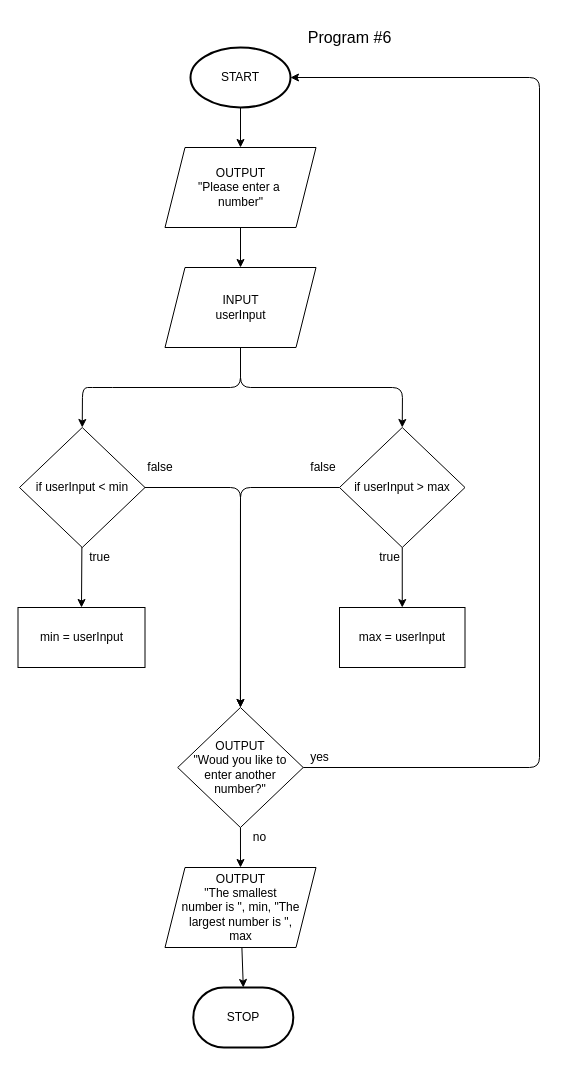
Before: diagrams/assignment-1.drawio in aburke15/documentation, a draw.io diagram. Source tidied: cells renumbered, new cells numbered last; positions are measured from the earlier drawing's top-left corner, leaving out a move shared by most shapes. Both pictures are drawn from the tidied source at 100%, with x=0, y=0 at pixel (17, 17).
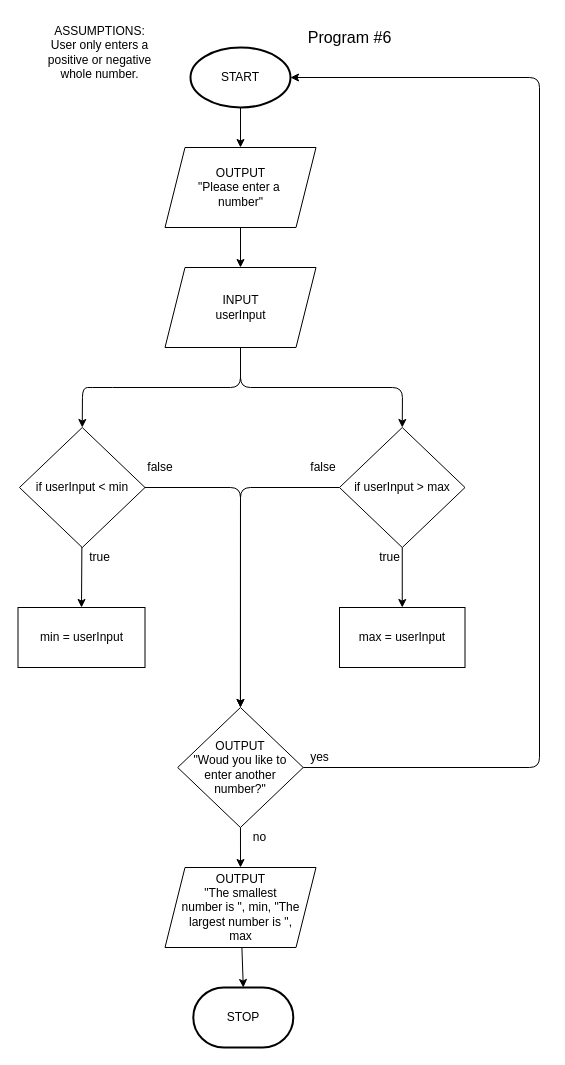
The same diagram, later.

Commit message:
added assumptions comment to assignment-1

What changed in the source:
```diff
@@
+    <mxCell id="30" value="ASSUMPTIONS:&lt;br&gt;User only enters a positive or negative whole number." style="text;html=1;strokeColor=none;fillColor=none;align=center;verticalAlign=middle;whiteSpace=wrap;rounded=0;" parent="1" vertex="1">
+      <mxGeometry x="16.5" width="131" height="70" as="geometry" />
+    </mxCell>
```
